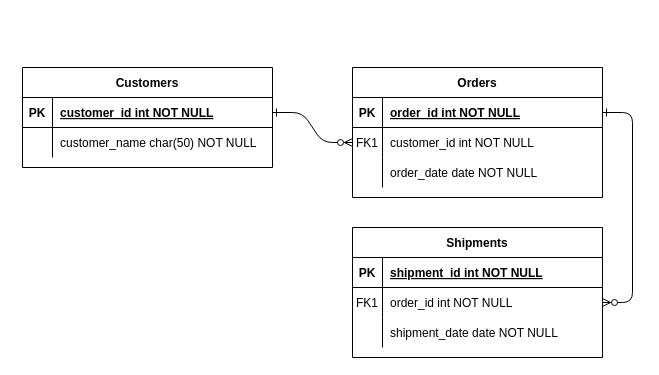
Before: DTM_1991.drawio in WheatAndRye/340-Sandbox, a draw.io diagram. Source tidied: cells renumbered, new cells numbered last; positions are measured from the earlier drawing's top-left corner, leaving out a move shared by most shapes. Both pictures are drawn from the tidied source at 100%, with x=0, y=0 at pixel (22, 67).
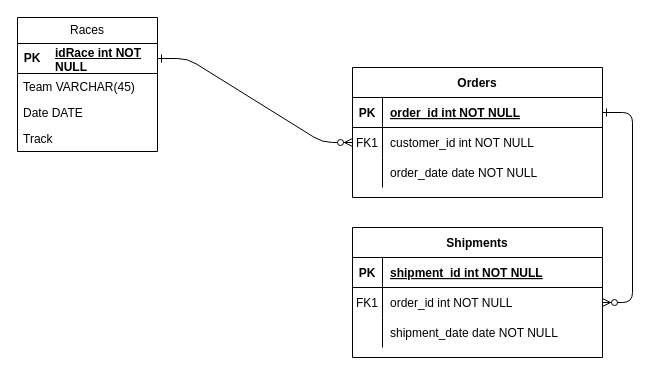
After the change.

The change refers to these unchanged cells:
```xml
<mxCell id="8" style="shape=partialRectangle;fillColor=none;points=[[0,0.5],[1,0.5]];portConstraint=eastwest;top=0;left=0;right=0;bottom=0;" parent="4" vertex="1">
  <mxGeometry y="60" width="250" height="30" as="geometry" />
</mxCell>
```

The edit, as a diff of the source:
```diff
@@
-    <mxCell id="2" style="edgeStyle=entityRelationEdgeStyle;endArrow=ERzeroToMany;startArrow=ERone;endFill=1;startFill=0;" parent="1" edge="1" source="25" target="8">
+    <mxCell id="2" style="edgeStyle=entityRelationEdgeStyle;endArrow=ERzeroToMany;startArrow=ERone;endFill=1;startFill=0;exitX=1;exitY=0.5;exitDx=0;exitDy=0;" parent="1" edge="1" source="33" target="8">
       <mxGeometry relative="1" as="geometry" />
     </mxCell>
@@
-    <mxCell id="24" value="Customers" style="shape=table;startSize=30;childLayout=tableLayout;rowLines=0;fontStyle=1;align=center;" parent="1" vertex="1">
-      <mxGeometry width="250" height="100" as="geometry" />
-    </mxCell>
-    <mxCell id="25" style="shape=partialRectangle;fillColor=none;points=[[0,0.5],[1,0.5]];portConstraint=eastwest;top=0;left=0;right=0;bottom=1;" parent="24" vertex="1">
-      <mxGeometry y="30" width="250" height="30" as="geometry" />
-    </mxCell>
+    <mxCell id="31" value="Races" style="swimlane;fontStyle=0;horizontal=1;startSize=26;fillColor=none;whiteSpace=wrap;html=1;" parent="1" vertex="1">
+      <mxGeometry x="-5" y="-50" width="140" height="134" as="geometry" />
+    </mxCell>
+    <mxCell id="32" style="shape=table;startSize=0;childLayout=tableLayout;rowLines=0;fontStyle=0;align=center;strokeColor=none;fillColor=none;" parent="31" vertex="1">
+      <mxGeometry y="26" width="140" height="30" as="geometry" />
+    </mxCell>
+    <mxCell id="33" style="shape=tableRow;horizontal=0;startSize=0;swimlaneHead=0;swimlaneBody=0;fillColor=none;points=[[0,0.5],[1,0.5]];portConstraint=eastwest;top=0;left=0;right=0;bottom=1;" parent="32" vertex="1">
+      <mxGeometry width="140" height="30" as="geometry" />
+    </mxCell>
-    <mxCell id="26" value="PK" style="shape=partialRectangle;overflow=hidden;fillColor=none;top=0;left=0;bottom=0;right=0;fontStyle=1;" parent="25" vertex="1">
+    <mxCell id="26" value="PK" style="shape=partialRectangle;fillColor=none;top=0;left=0;bottom=0;right=0;fontStyle=1;overflow=hidden;whiteSpace=wrap;html=1;" parent="33" vertex="1">
       <mxGeometry width="30" height="30" as="geometry" />
     </mxCell>
-    <mxCell id="27" value="customer_id int NOT NULL " style="shape=partialRectangle;overflow=hidden;fillColor=none;top=0;left=0;bottom=0;right=0;align=left;spacingLeft=6;fontStyle=5;" parent="25" vertex="1">
-      <mxGeometry x="30" width="220" height="30" as="geometry" />
-    </mxCell>
-    <mxCell id="28" style="shape=partialRectangle;fillColor=none;top=0;left=0;right=0;bottom=0;" parent="24" vertex="1">
-      <mxGeometry y="60" width="250" height="30" as="geometry" />
-    </mxCell>
-    <mxCell id="29" style="shape=partialRectangle;overflow=hidden;fillColor=none;top=0;left=0;bottom=0;right=0;" parent="28" vertex="1">
-      <mxGeometry width="30" height="30" as="geometry" />
-    </mxCell>
-    <mxCell id="30" value="customer_name char(50) NOT NULL" style="shape=partialRectangle;overflow=hidden;fillColor=none;top=0;left=0;bottom=0;right=0;align=left;spacingLeft=6;" parent="28" vertex="1">
-      <mxGeometry x="30" width="220" height="30" as="geometry" />
-    </mxCell>
+    <mxCell id="34" value="idRace int NOT NULL" style="shape=partialRectangle;fillColor=none;top=0;left=0;bottom=0;right=0;align=left;spacingLeft=6;fontStyle=5;overflow=hidden;whiteSpace=wrap;html=1;" parent="33" vertex="1">
+      <mxGeometry x="30" width="110" height="30" as="geometry" />
+    </mxCell>
+    <mxCell id="35" value="Team VARCHAR(45)" style="text;strokeColor=none;fillColor=none;align=left;verticalAlign=top;spacingLeft=4;spacingRight=4;overflow=hidden;whiteSpace=wrap;html=1;" parent="31" vertex="1">
+      <mxGeometry y="56" width="140" height="26" as="geometry" />
+    </mxCell>
+    <mxCell id="36" value="Date DATE" style="text;strokeColor=none;fillColor=none;align=left;verticalAlign=top;spacingLeft=4;spacingRight=4;overflow=hidden;whiteSpace=wrap;html=1;" parent="31" vertex="1">
+      <mxGeometry y="82" width="140" height="26" as="geometry" />
+    </mxCell>
+    <mxCell id="37" value="Track" style="text;strokeColor=none;fillColor=none;align=left;verticalAlign=top;spacingLeft=4;spacingRight=4;overflow=hidden;whiteSpace=wrap;html=1;" parent="31" vertex="1">
+      <mxGeometry y="108" width="140" height="26" as="geometry" />
+    </mxCell>
```
